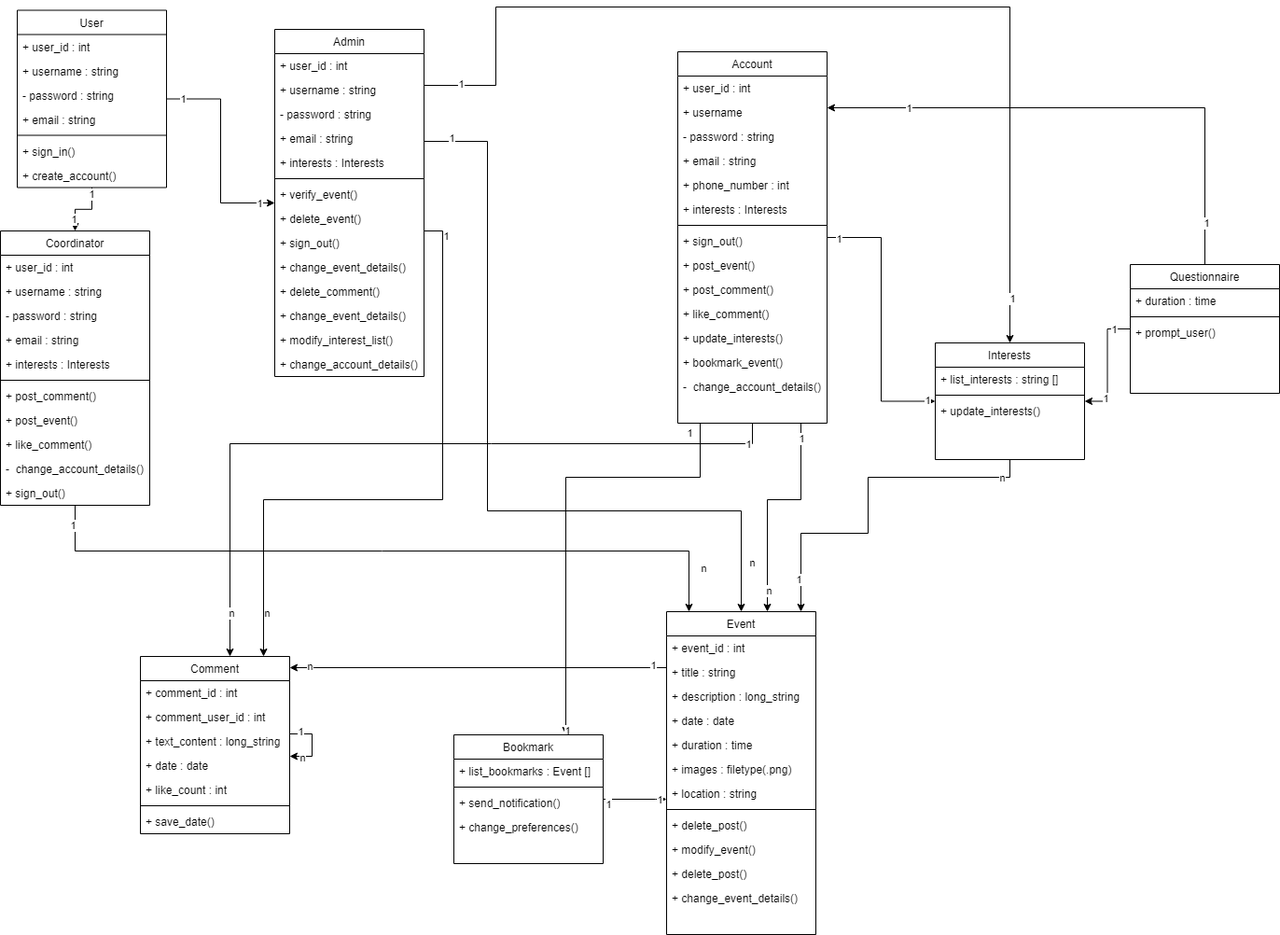
Before: project_documentation/D3_media/d3ClassDiagram.png, a diagram exported from draw.io (ajmastra/cs-386-event-pulse). Source tidied: cells renumbered, new cells last; positions are measured from the earlier drawing's top-left corner, leaving out a move shared by most shapes.
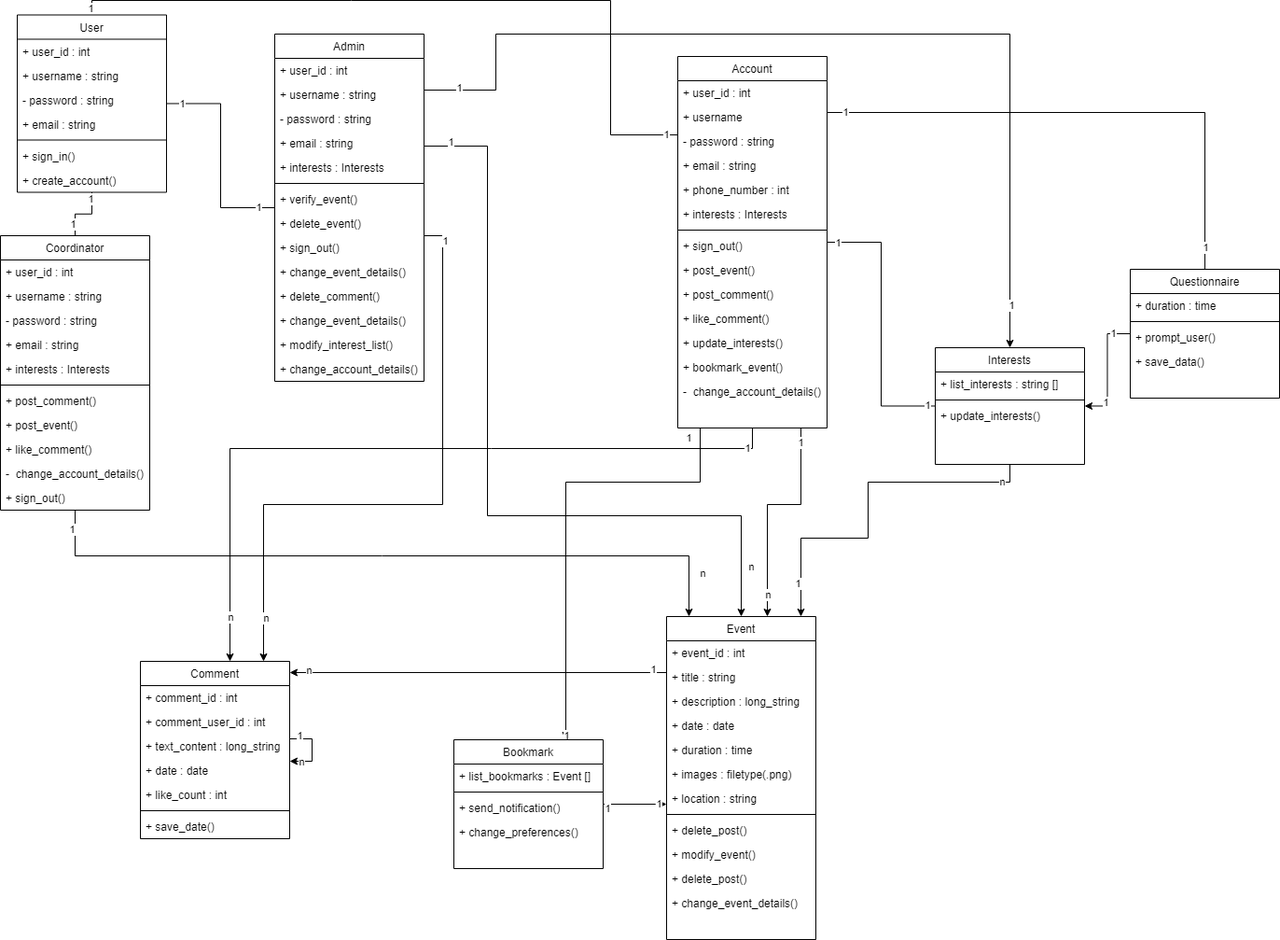
The same file after the commit.

Commit message:
changed the class diagram a bit

Diff of the diagram source:
```diff
@@ -2,7 +2,7 @@
   <root>
     <mxCell id="0" />
     <mxCell id="1" parent="0" />
-    <mxCell id="2" style="edgeStyle=orthogonalEdgeStyle;rounded=0;jettySize=auto;html=1;" parent="1" edge="1" source="8" target="87">
+    <mxCell id="2" style="edgeStyle=orthogonalEdgeStyle;rounded=0;jettySize=auto;html=1;endArrow=none;endFill=0;" parent="1" edge="1" source="8" target="87">
       <mxGeometry relative="1" as="geometry" />
     </mxCell>
     <mxCell id="3" value="1" style="edgeLabel;html=1;align=center;verticalAlign=middle;" parent="2" vertex="1">
@@ -11,7 +11,7 @@
     <mxCell id="4" value="1" style="edgeLabel;html=1;align=center;verticalAlign=middle;" parent="2" vertex="1">
       <mxGeometry x="-0.78" y="-1" relative="1" as="geometry" />
     </mxCell>
-    <mxCell id="5" style="edgeStyle=orthogonalEdgeStyle;rounded=0;jettySize=auto;html=1;" parent="1" edge="1" source="8" target="108">
+    <mxCell id="5" style="edgeStyle=orthogonalEdgeStyle;rounded=0;jettySize=auto;html=1;endArrow=none;endFill=0;" parent="1" edge="1" source="8" target="108">
       <mxGeometry relative="1" as="geometry" />
     </mxCell>
     <mxCell id="6" value="1" style="edgeLabel;html=1;align=center;verticalAlign=middle;" parent="5" vertex="1">
@@ -20,6 +20,21 @@
     <mxCell id="7" value="1" style="edgeLabel;html=1;align=center;verticalAlign=middle;" parent="5" vertex="1">
       <mxGeometry x="0.85" relative="1" as="geometry" />
     </mxCell>
+    <mxCell id="134" style="edgeStyle=orthogonalEdgeStyle;rounded=0;jettySize=auto;html=1;endArrow=none;endFill=0;" parent="1" edge="1" source="8" target="51">
+      <mxGeometry relative="1" as="geometry">
+        <Array as="points">
+          <mxPoint x="98" y="-12" />
+          <mxPoint x="654" y="-12" />
+          <mxPoint x="654" y="132" />
+        </Array>
+      </mxGeometry>
+    </mxCell>
+    <mxCell id="135" value="1" style="edgeLabel;html=1;align=center;verticalAlign=middle;" parent="134" vertex="1">
+      <mxGeometry x="0.97" relative="1" as="geometry" />
+    </mxCell>
+    <mxCell id="136" value="1" style="edgeLabel;html=1;align=center;verticalAlign=middle;" parent="134" vertex="1">
+      <mxGeometry x="-0.98" y="1" relative="1" as="geometry" />
+    </mxCell>
     <mxCell id="8" value="User" style="swimlane;fontStyle=0;align=center;verticalAlign=top;horizontal=1;startSize=26;rounded=0;shadow=0;strokeWidth=1;" parent="1" vertex="1">
       <mxGeometry x="18" y="3.5" width="160" height="190" as="geometry" />
     </mxCell>
@@ -142,7 +157,7 @@
         <mxPoint y="47" as="offset" />
       </mxGeometry>
     </mxCell>
-    <mxCell id="42" style="edgeStyle=orthogonalEdgeStyle;rounded=0;jettySize=auto;html=1;endArrow=classic;endFill=1;" parent="1" edge="1" source="51" target="35">
+    <mxCell id="42" style="edgeStyle=orthogonalEdgeStyle;rounded=0;jettySize=auto;html=1;endArrow=none;endFill=0;" parent="1" edge="1" source="51" target="35">
       <mxGeometry relative="1" as="geometry" />
     </mxCell>
     <mxCell id="43" value="1" style="edgeLabel;html=1;align=center;verticalAlign=middle;" parent="42" vertex="1">
@@ -252,7 +267,7 @@
     <mxCell id="73" value="+ save_date()" style="text;align=left;verticalAlign=top;spacingLeft=4;spacingRight=4;overflow=hidden;" parent="66" vertex="1">
       <mxGeometry y="164" width="160" height="26" as="geometry" />
     </mxCell>
-    <mxCell id="74" style="edgeStyle=orthogonalEdgeStyle;rounded=0;jettySize=auto;html=1;" parent="1" edge="1" source="80" target="51">
+    <mxCell id="74" style="edgeStyle=orthogonalEdgeStyle;rounded=0;jettySize=auto;html=1;endArrow=none;endFill=0;" parent="1" edge="1" source="80" target="51">
       <mxGeometry relative="1" as="geometry">
         <Array as="points">
           <mxPoint x="1291" y="108" />
@@ -260,10 +275,14 @@
       </mxGeometry>
     </mxCell>
     <mxCell id="75" value="1" style="edgeLabel;html=1;align=center;verticalAlign=middle;" parent="74" vertex="1">
-      <mxGeometry x="0.7" relative="1" as="geometry" />
+      <mxGeometry x="0.7" relative="1" as="geometry">
+        <mxPoint x="-67" as="offset" />
+      </mxGeometry>
     </mxCell>
     <mxCell id="76" value="1" style="edgeLabel;html=1;align=center;verticalAlign=middle;" parent="74" vertex="1">
-      <mxGeometry x="-0.84" y="-1" relative="1" as="geometry" />
+      <mxGeometry x="-0.84" y="-1" relative="1" as="geometry">
+        <mxPoint y="21" as="offset" />
+      </mxGeometry>
     </mxCell>
     <mxCell id="77" style="edgeStyle=orthogonalEdgeStyle;rounded=0;jettySize=auto;html=1;" parent="1" edge="1" source="80" target="35">
       <mxGeometry relative="1" as="geometry" />
@@ -286,6 +305,9 @@
     <mxCell id="83" value="+ prompt_user()" style="text;align=left;verticalAlign=top;spacingLeft=4;spacingRight=4;overflow=hidden;" parent="80" vertex="1">
       <mxGeometry y="60" width="160" height="26" as="geometry" />
     </mxCell>
+    <mxCell id="137" value="+ save_data()    " style="text;align=left;verticalAlign=top;spacingLeft=4;spacingRight=4;overflow=hidden;" parent="80" vertex="1">
+      <mxGeometry y="86" width="160" height="26" as="geometry" />
+    </mxCell>
     <mxCell id="84" style="edgeStyle=orthogonalEdgeStyle;rounded=0;jettySize=auto;html=1;" parent="1" edge="1" source="87" target="19">
       <mxGeometry relative="1" as="geometry">
         <Array as="points">
@@ -361,8 +383,8 @@
       <mxGeometry relative="1" as="geometry">
         <Array as="points">
           <mxPoint x="531" y="84" />
-          <mxPoint x="531" />
-          <mxPoint x="1082" />
+          <mxPoint x="531" y="24" />
+          <mxPoint x="1082" y="24" />
         </Array>
       </mxGeometry>
     </mxCell>
```
